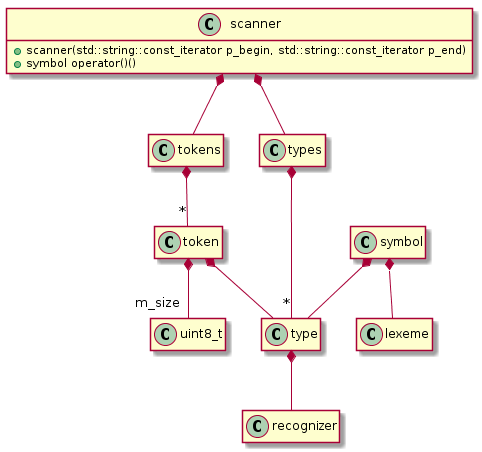
This is code/interpreter/document/classes.png from rodrigocanellas/tenacitas, a PlantUML export, as it was before one commit.
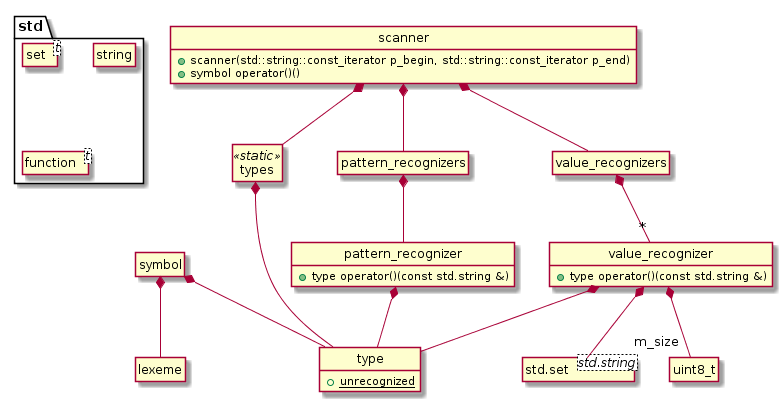
After the change.

Commit message:
thinking about value and pattern recognizer

Diff of the diagram source:
```diff
@@ -1,7 +1,14 @@
 @startuml
 
 hide empty members
+hide circle
 allow_mixing
+
+namespace std {
+    class set<t>
+    class string
+    class function <t>
+}
 
 class scanner {
     + scanner(std::string::const_iterator p_begin, std::string::const_iterator p_end)
@@ -9,22 +16,38 @@
 }
 class symbol
 class lexeme
-class token
-class tokens
+class value_recognizer {
+    + type operator()(const std.string &)
+}
 
-type *-- recognizer
+class value_recognizers
+class type {
+    + {static} unrecognized
+}
+class types <<static>>
+class "std.set<std.string>" as string_set
 
-token *-- "m_size" uint8_t
-token *--  type
-tokens *-- "*" token
+class pattern_recognizers
+class pattern_recognizer {
+    + type operator()(const std.string &)
+}
 
-types *-- "*" type
+pattern_recognizers *-- pattern_recognizer
+
+pattern_recognizer *-- type
+
+types *-- type
+
+value_recognizer *-- "m_size" uint8_t
+value_recognizer *--  type
+value_recognizer *-- string_set
+value_recognizers *-- "*" value_recognizer
 
 symbol *-- lexeme
 symbol *-- type
 
 scanner *-- types
-scanner *-- tokens
-
+scanner *-- value_recognizers
+scanner *-- pattern_recognizers
 
 @enduml
```
